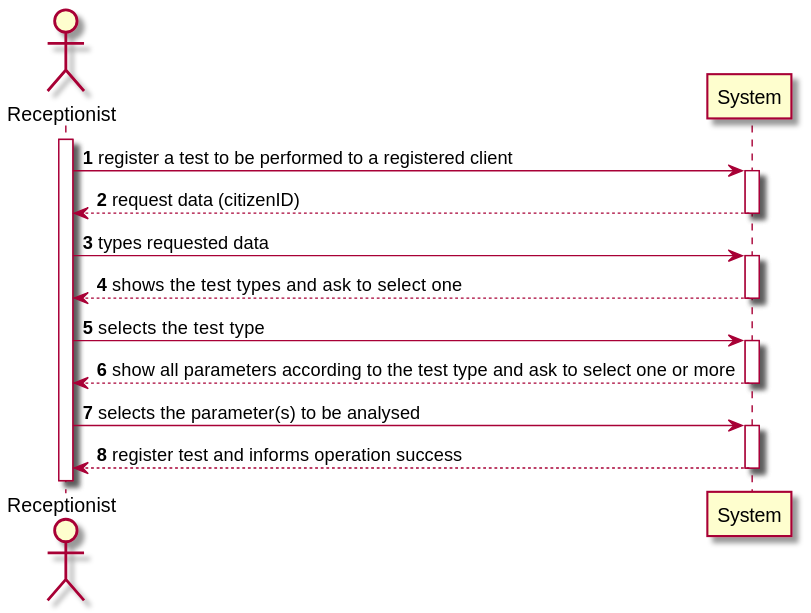
The PlantUML diagram docs/SprintC/US04/US04-SSD.svg in 0franciscor/lei-21-s2-1de-g19, before a commit.
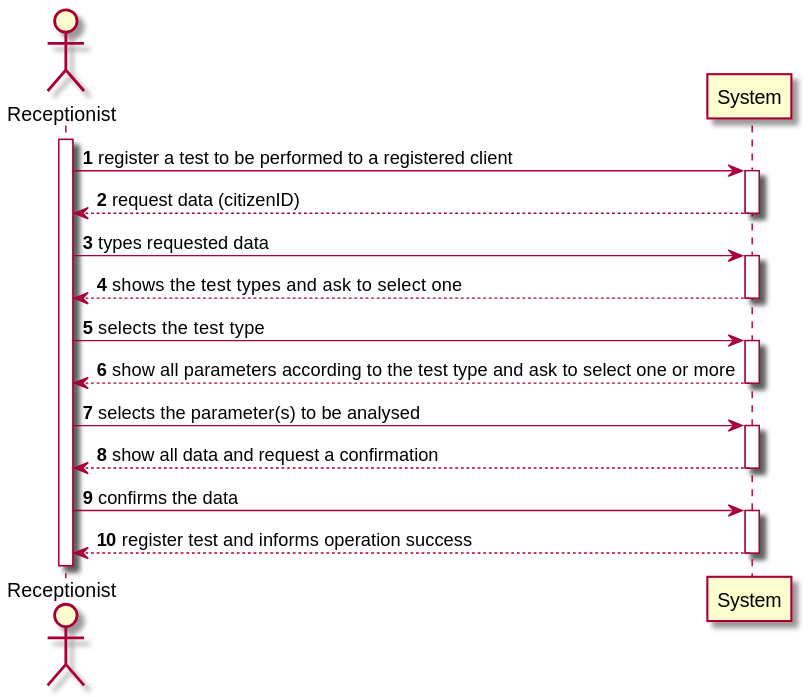
Later version of the same file.

Diff of the diagram source:
```diff
@@ -11,5 +11,7 @@
 R -> System ++: selects the test type
 System --> R --: show all parameters according to the test type and ask to select one or more
 R -> System ++: selects the parameter(s) to be analysed
+System --> R --: show all data and request a confirmation
+R -> System ++: confirms the data
 System --> R --: register test and informs operation success
 @enduml
```
